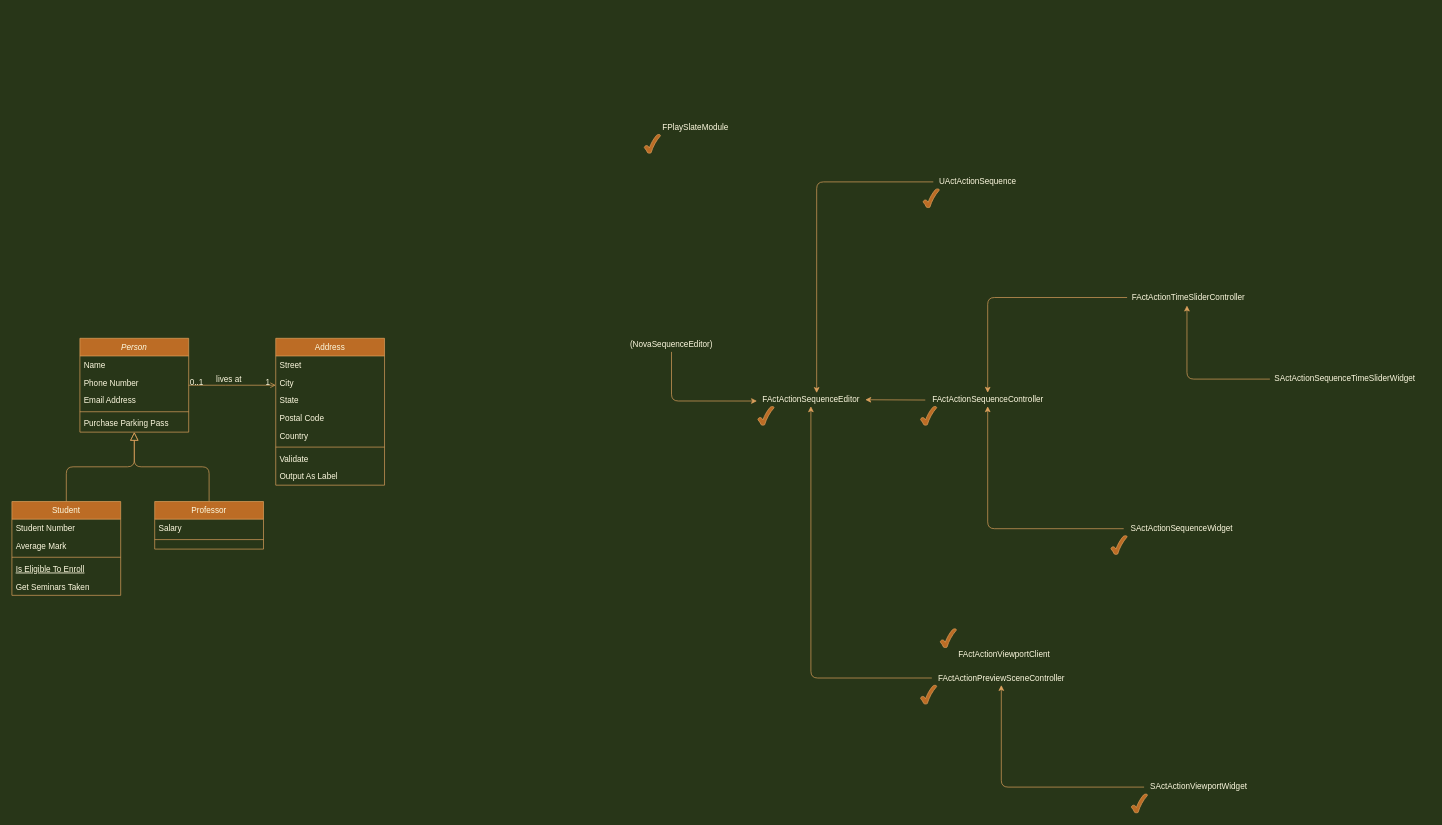
This is PlaySlate.drawio from basstal/PlaySlate, a draw.io file, before an edit. Source tidied: cells renumbered, new cells numbered last; positions are measured from the earlier drawing's top-left corner, leaving out a move shared by most shapes. Both pictures are drawn from the tidied source at 68%, with x=0, y=0 at pixel (12, 120).
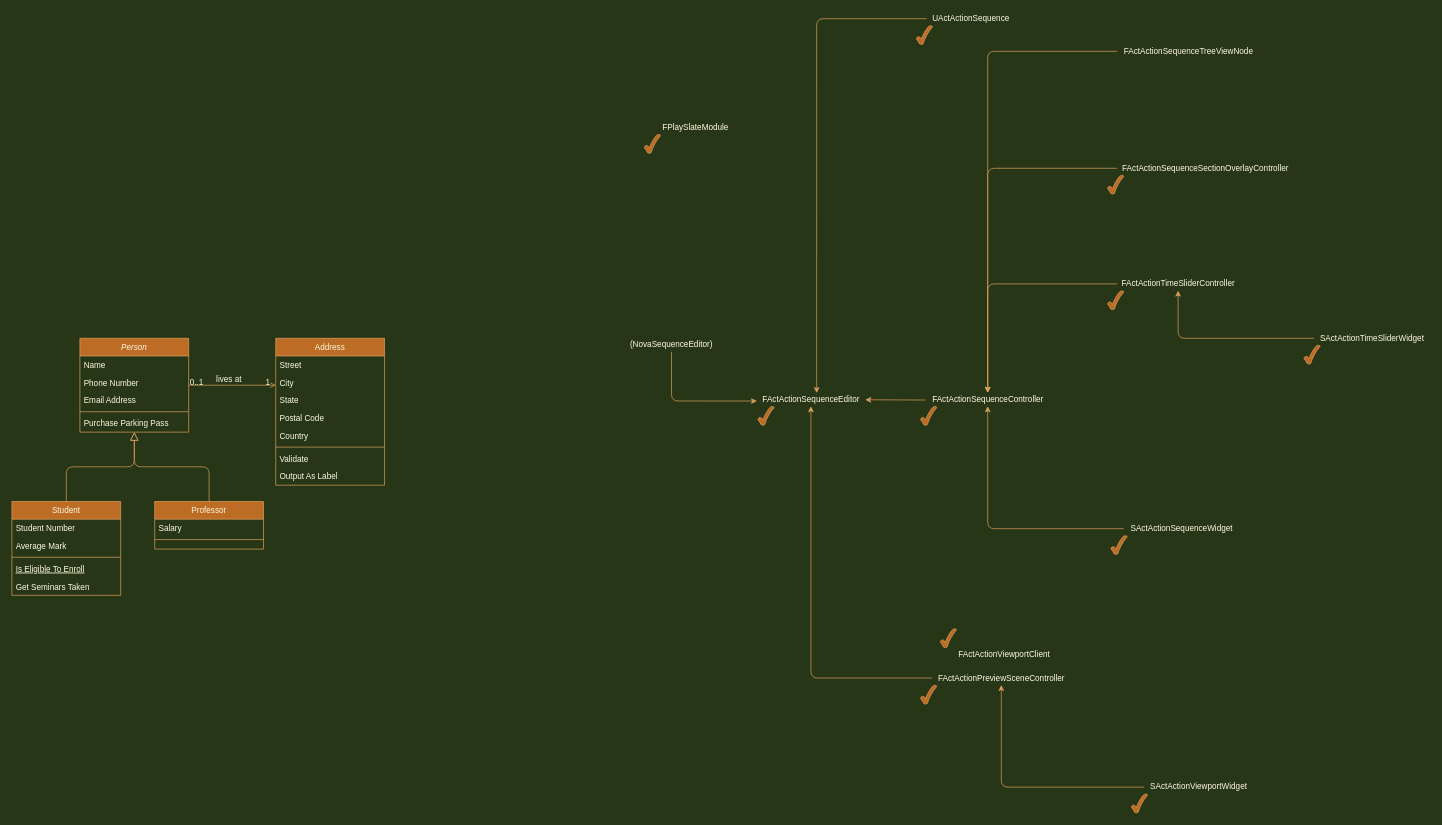
Above is the later version.

Unchanged cells that the change refers to:
```xml
<mxCell id="37" value="FActActionSequenceController" style="text;html=1;align=center;verticalAlign=middle;points=[];fontColor=#FEFAE0;" parent="1" vertex="1">
  <mxGeometry x="1345" y="400" width="180" height="20" as="geometry" />
</mxCell>
```

What changed in the source:
```diff
@@
     <mxCell id="34" value="UActActionSequence" style="text;html=1;align=center;verticalAlign=middle;points=[];fontColor=#FEFAE0;" parent="1" vertex="1">
-      <mxGeometry x="1355" y="80" width="130" height="20" as="geometry" />
+      <mxGeometry x="1345" y="-160" width="130" height="20" as="geometry" />
     </mxCell>
@@
     <mxCell id="41" value="FActActionTimeSliderController" style="text;html=1;align=center;verticalAlign=middle;points=[];fontColor=#FEFAE0;" parent="1" vertex="1">
-      <mxGeometry x="1640" y="250" width="180" height="20" as="geometry" />
+      <mxGeometry x="1625" y="230" width="180" height="20" as="geometry" />
     </mxCell>
@@
     <mxCell id="46" style="verticalLabelPosition=bottom;verticalAlign=top;html=1;shape=mxgraph.basic.tick;fillColor=#BC6C25;strokeColor=#DDA15E;fontColor=#FEFAE0;" parent="1" vertex="1">
-      <mxGeometry x="1340" y="100" width="23.8" height="28" as="geometry" />
+      <mxGeometry x="1330" y="-140" width="23.8" height="28" as="geometry" />
     </mxCell>
@@
-    <mxCell id="57" value="SActActionSequenceTimeSliderWidget" style="text;html=1;align=center;verticalAlign=middle;points=[];fontColor=#FEFAE0;" parent="1" vertex="1">
-      <mxGeometry x="1850" y="370" width="220" height="20" as="geometry" />
+    <mxCell id="57" value="SActActionTimeSliderWidget" style="text;html=1;align=center;verticalAlign=middle;points=[];fontColor=#FEFAE0;" parent="1" vertex="1">
+      <mxGeometry x="1915" y="310" width="170" height="20" as="geometry" />
     </mxCell>
-    <mxCell id="58" style="endArrow=classic;html=1;edgeStyle=orthogonalEdgeStyle;labelBackgroundColor=#283618;strokeColor=#DDA15E;fontColor=#FEFAE0;entryX=0.489;entryY=1.095;entryDx=0;entryDy=0;entryPerimeter=0;" parent="1" edge="1" source="57" target="41">
+    <mxCell id="58" style="endArrow=classic;html=1;edgeStyle=orthogonalEdgeStyle;labelBackgroundColor=#283618;strokeColor=#DDA15E;fontColor=#FEFAE0;" parent="1" edge="1" source="57" target="41">
       <mxGeometry relative="1" as="geometry" />
     </mxCell>
+    <mxCell id="59" value="FActActionSequenceTreeViewNode" style="text;html=1;align=center;verticalAlign=middle;points=[];fontColor=#FEFAE0;" parent="1" vertex="1">
+      <mxGeometry x="1625" y="-112" width="210" height="20" as="geometry" />
+    </mxCell>
+    <mxCell id="60" style="endArrow=classic;html=1;edgeStyle=orthogonalEdgeStyle;labelBackgroundColor=#283618;strokeColor=#DDA15E;fontColor=#FEFAE0;" parent="1" edge="1" source="59" target="37">
+      <mxGeometry relative="1" as="geometry" />
+    </mxCell>
+    <mxCell id="61" value="FActActionSequenceSectionOverlayController" style="text;html=1;align=center;verticalAlign=middle;points=[];fontColor=#FEFAE0;" parent="1" vertex="1">
+      <mxGeometry x="1625" y="60" width="260" height="20" as="geometry" />
+    </mxCell>
+    <mxCell id="62" style="endArrow=classic;html=1;edgeStyle=orthogonalEdgeStyle;labelBackgroundColor=#283618;strokeColor=#DDA15E;fontColor=#FEFAE0;" parent="1" edge="1" source="61" target="37">
+      <mxGeometry relative="1" as="geometry" />
+    </mxCell>
+    <mxCell id="63" style="verticalLabelPosition=bottom;verticalAlign=top;html=1;shape=mxgraph.basic.tick;fillColor=#BC6C25;strokeColor=#DDA15E;fontColor=#FEFAE0;" parent="1" vertex="1">
+      <mxGeometry x="1611.2" y="80" width="23.8" height="28" as="geometry" />
+    </mxCell>
+    <mxCell id="64" style="verticalLabelPosition=bottom;verticalAlign=top;html=1;shape=mxgraph.basic.tick;fillColor=#BC6C25;strokeColor=#DDA15E;fontColor=#FEFAE0;" parent="1" vertex="1">
+      <mxGeometry x="1611.2" y="250" width="23.8" height="28" as="geometry" />
+    </mxCell>
+    <mxCell id="65" style="verticalLabelPosition=bottom;verticalAlign=top;html=1;shape=mxgraph.basic.tick;fillColor=#BC6C25;strokeColor=#DDA15E;fontColor=#FEFAE0;" parent="1" vertex="1">
+      <mxGeometry x="1900" y="330" width="23.8" height="28" as="geometry" />
+    </mxCell>
```
